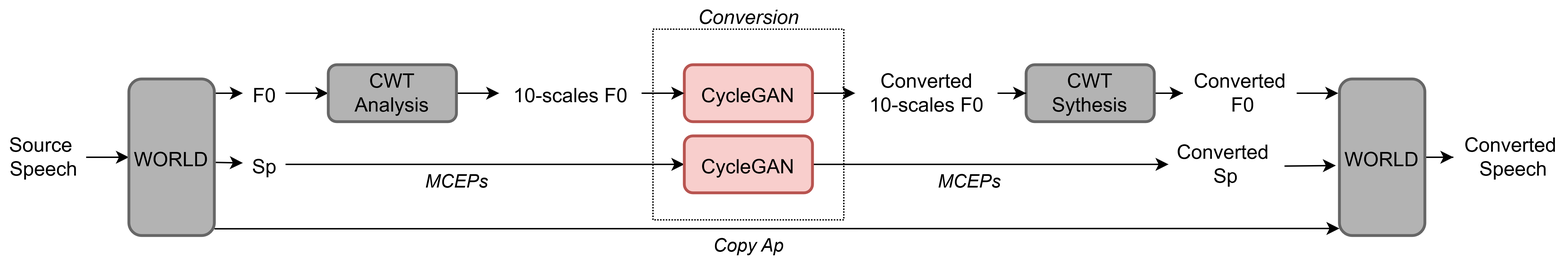
KunZhou9646/Odyssey2020 keeps this draw.io diagram as audio/Conversion.png. Above is the earlier version. Source tidied: cells renumbered, new cells last; positions are measured from the earlier drawing's top-left corner, leaving out a move shared by most shapes. The source it was exported from:
```xml
<mxGraphModel>
  <root>
    <mxCell id="0" />
    <mxCell id="1" parent="0" />
    <mxCell id="2" value="&lt;font style=&quot;font-size: 14px&quot;&gt;&lt;i&gt;Conversion &lt;/i&gt;&lt;/font&gt;" style="text;html=1;align=center;verticalAlign=middle;" parent="1" vertex="1">
      <mxGeometry x="480" width="90" height="20" as="geometry" />
    </mxCell>
    <mxCell id="3" style="edgeStyle=orthogonalEdgeStyle;rounded=0;jettySize=auto;html=1;" parent="1" edge="1" source="4" target="5">
      <mxGeometry relative="1" as="geometry" />
    </mxCell>
    <mxCell id="4" value="&lt;font style=&quot;font-size: 14px&quot;&gt;Source&amp;nbsp;&lt;br&gt;Speech&lt;/font&gt;" style="text;html=1;align=center;verticalAlign=middle;points=[];" parent="1" vertex="1">
      <mxGeometry y="95" width="60" height="30" as="geometry" />
    </mxCell>
    <mxCell id="5" value="&lt;font style=&quot;font-size: 14px&quot;&gt;WORLD&lt;/font&gt;" style="rounded=1;whiteSpace=wrap;html=1;strokeWidth=2;fillColor=#B3B3B3;strokeColor=#666666;gradientColor=#b3b3b3;" parent="1" vertex="1">
      <mxGeometry x="90" y="55" width="60" height="110" as="geometry" />
    </mxCell>
    <mxCell id="6" style="edgeStyle=orthogonalEdgeStyle;rounded=0;jettySize=auto;html=1;" parent="1" edge="1" source="7">
      <mxGeometry relative="1" as="geometry">
        <mxPoint x="230" y="65" as="targetPoint" />
      </mxGeometry>
    </mxCell>
    <mxCell id="7" value="&lt;font style=&quot;font-size: 14px&quot;&gt;F0&lt;/font&gt;" style="text;html=1;align=center;verticalAlign=middle;points=[];" parent="1" vertex="1">
      <mxGeometry x="170" y="55" width="30" height="20" as="geometry" />
    </mxCell>
    <mxCell id="8" style="edgeStyle=orthogonalEdgeStyle;rounded=0;jettySize=auto;html=1;entryX=0;entryY=0.5;entryDx=0;entryDy=0;" parent="1" edge="1" source="9" target="14">
      <mxGeometry relative="1" as="geometry" />
    </mxCell>
    <mxCell id="9" value="&lt;font style=&quot;font-size: 14px&quot;&gt;Sp&lt;/font&gt;" style="text;html=1;align=center;verticalAlign=middle;points=[];" parent="1" vertex="1">
      <mxGeometry x="170" y="105" width="30" height="20" as="geometry" />
    </mxCell>
    <mxCell id="10" style="endArrow=classic;html=1;exitX=1.017;exitY=0.091;exitDx=0;exitDy=0;exitPerimeter=0;entryX=0;entryY=0.5;entryDx=0;entryDy=0;entryPerimeter=0;" parent="1" edge="1" source="5" target="7">
      <mxGeometry relative="1" as="geometry" />
    </mxCell>
    <mxCell id="11" style="edgeStyle=orthogonalEdgeStyle;rounded=0;jettySize=auto;html=1;" parent="1" edge="1" source="12" target="33">
      <mxGeometry relative="1" as="geometry" />
    </mxCell>
    <mxCell id="12" value="&lt;font style=&quot;font-size: 14px&quot;&gt;CycleGAN&lt;/font&gt;" style="rounded=1;whiteSpace=wrap;html=1;fillColor=#f8cecc;strokeColor=#b85450;strokeWidth=2;" parent="1" vertex="1">
      <mxGeometry x="480" y="45" width="90" height="40" as="geometry" />
    </mxCell>
    <mxCell id="13" style="edgeStyle=orthogonalEdgeStyle;rounded=0;jettySize=auto;html=1;" parent="1" edge="1" source="14" target="23">
      <mxGeometry relative="1" as="geometry" />
    </mxCell>
    <mxCell id="14" value="&lt;font style=&quot;font-size: 14px&quot;&gt;CycleGAN&lt;/font&gt;" style="rounded=1;whiteSpace=wrap;html=1;fillColor=#f8cecc;strokeColor=#b85450;strokeWidth=2;" parent="1" vertex="1">
      <mxGeometry x="480" y="95" width="90" height="40" as="geometry" />
    </mxCell>
    <mxCell id="15" style="edgeStyle=orthogonalEdgeStyle;rounded=0;jettySize=auto;html=1;" parent="1" edge="1" source="16" target="35">
      <mxGeometry relative="1" as="geometry" />
    </mxCell>
    <mxCell id="16" value="&lt;font style=&quot;font-size: 14px&quot;&gt;CWT Sythesis&lt;/font&gt;" style="rounded=1;whiteSpace=wrap;html=1;strokeWidth=2;fillColor=#B3B3B3;strokeColor=#666666;" parent="1" vertex="1">
      <mxGeometry x="720" y="45" width="90" height="40" as="geometry" />
    </mxCell>
    <mxCell id="17" style="edgeStyle=orthogonalEdgeStyle;rounded=0;jettySize=auto;html=1;" parent="1" edge="1" source="18" target="31">
      <mxGeometry relative="1" as="geometry" />
    </mxCell>
    <mxCell id="18" value="&lt;font style=&quot;font-size: 14px&quot;&gt;CWT Analysis&lt;/font&gt;" style="rounded=1;whiteSpace=wrap;html=1;strokeWidth=2;strokeColor=#666666;fillColor=#B3B3B3;" parent="1" vertex="1">
      <mxGeometry x="230" y="45" width="90" height="40" as="geometry" />
    </mxCell>
    <mxCell id="19" style="edgeStyle=orthogonalEdgeStyle;rounded=0;jettySize=auto;html=1;" parent="1" edge="1" source="20" target="21">
      <mxGeometry relative="1" as="geometry" />
    </mxCell>
    <mxCell id="20" value="&lt;font style=&quot;font-size: 14px&quot;&gt;WORLD&lt;/font&gt;" style="rounded=1;whiteSpace=wrap;html=1;strokeWidth=2;fillColor=#B3B3B3;strokeColor=#666666;" parent="1" vertex="1">
      <mxGeometry x="940" y="55" width="60" height="110" as="geometry" />
    </mxCell>
    <mxCell id="21" value="&lt;font style=&quot;font-size: 14px&quot;&gt;Converted&lt;br&gt;&amp;nbsp;Speech&lt;/font&gt;" style="text;html=1;align=center;verticalAlign=middle;points=[];" parent="1" vertex="1">
      <mxGeometry x="1020" y="95" width="80" height="30" as="geometry" />
    </mxCell>
    <mxCell id="22" style="whiteSpace=wrap;html=1;strokeWidth=1;fillColor=none;dashed=1;dashPattern=1 1;strokeColor=#000000;" parent="1" vertex="1">
      <mxGeometry x="458" y="20" width="134" height="134" as="geometry" />
    </mxCell>
    <mxCell id="23" value="&lt;font style=&quot;font-size: 14px&quot;&gt;Converted&amp;nbsp;&lt;br&gt;Sp&lt;/font&gt;" style="text;html=1;align=center;verticalAlign=middle;points=[];" parent="1" vertex="1">
      <mxGeometry x="820" y="100" width="80" height="30" as="geometry" />
    </mxCell>
    <mxCell id="24" value="&lt;font style=&quot;font-size: 13px&quot;&gt;&lt;i&gt;MCEPs&lt;/i&gt;&lt;/font&gt;" style="text;html=1;align=center;verticalAlign=middle;" parent="1" vertex="1">
      <mxGeometry x="290" y="115" width="60" height="20" as="geometry" />
    </mxCell>
    <mxCell id="25" value="&lt;font style=&quot;font-size: 13px&quot;&gt;&lt;i&gt;MCEPs&lt;/i&gt;&lt;/font&gt;" style="text;html=1;align=center;verticalAlign=middle;" parent="1" vertex="1">
      <mxGeometry x="650" y="115" width="60" height="20" as="geometry" />
    </mxCell>
    <mxCell id="26" style="endArrow=classic;html=1;exitX=1.018;exitY=0.54;exitDx=0;exitDy=0;exitPerimeter=0;entryX=-0.042;entryY=0.553;entryDx=0;entryDy=0;entryPerimeter=0;" parent="1" edge="1" source="23" target="20">
      <mxGeometry relative="1" as="geometry" />
    </mxCell>
    <mxCell id="27" style="endArrow=classic;html=1;exitX=1.017;exitY=0.533;exitDx=0;exitDy=0;exitPerimeter=0;entryX=0;entryY=0.45;entryDx=0;entryDy=0;entryPerimeter=0;" parent="1" edge="1" source="5" target="9">
      <mxGeometry relative="1" as="geometry" />
    </mxCell>
    <mxCell id="28" style="endArrow=classic;html=1;exitX=1.002;exitY=0.957;exitDx=0;exitDy=0;exitPerimeter=0;entryX=0;entryY=0.955;entryDx=0;entryDy=0;entryPerimeter=0;" parent="1" edge="1" source="5" target="20">
      <mxGeometry relative="1" as="geometry" />
    </mxCell>
    <mxCell id="29" value="&lt;font style=&quot;font-size: 13px&quot;&gt;&lt;i&gt;Copy Ap&lt;/i&gt;&lt;/font&gt;" style="text;html=1;align=center;verticalAlign=middle;" parent="1" vertex="1">
      <mxGeometry x="495" y="160" width="60" height="20" as="geometry" />
    </mxCell>
    <mxCell id="30" style="edgeStyle=orthogonalEdgeStyle;rounded=0;jettySize=auto;html=1;" parent="1" edge="1" source="31" target="12">
      <mxGeometry relative="1" as="geometry" />
    </mxCell>
    <mxCell id="31" value="&lt;font style=&quot;font-size: 14px&quot;&gt;10-scales F0&lt;/font&gt;" style="text;html=1;align=center;verticalAlign=middle;points=[];" parent="1" vertex="1">
      <mxGeometry x="350" y="55" width="100" height="20" as="geometry" />
    </mxCell>
    <mxCell id="32" style="edgeStyle=orthogonalEdgeStyle;rounded=0;jettySize=auto;html=1;" parent="1" edge="1" source="33" target="16">
      <mxGeometry relative="1" as="geometry" />
    </mxCell>
    <mxCell id="33" value="&lt;font style=&quot;font-size: 14px&quot;&gt;Converted&lt;br&gt;10-scales F0&lt;/font&gt;" style="text;html=1;align=center;verticalAlign=middle;points=[];" parent="1" vertex="1">
      <mxGeometry x="600" y="50" width="100" height="30" as="geometry" />
    </mxCell>
    <mxCell id="34" style="edgeStyle=orthogonalEdgeStyle;rounded=0;jettySize=auto;html=1;entryX=-0.014;entryY=0.091;entryDx=0;entryDy=0;entryPerimeter=0;" parent="1" edge="1" source="35" target="20">
      <mxGeometry relative="1" as="geometry" />
    </mxCell>
    <mxCell id="35" value="&lt;font style=&quot;font-size: 14px&quot;&gt;Converted&lt;br&gt;&amp;nbsp;F0&lt;/font&gt;" style="text;html=1;align=center;verticalAlign=middle;points=[];" parent="1" vertex="1">
      <mxGeometry x="830" y="50" width="80" height="30" as="geometry" />
    </mxCell>
  </root>
</mxGraphModel>
```
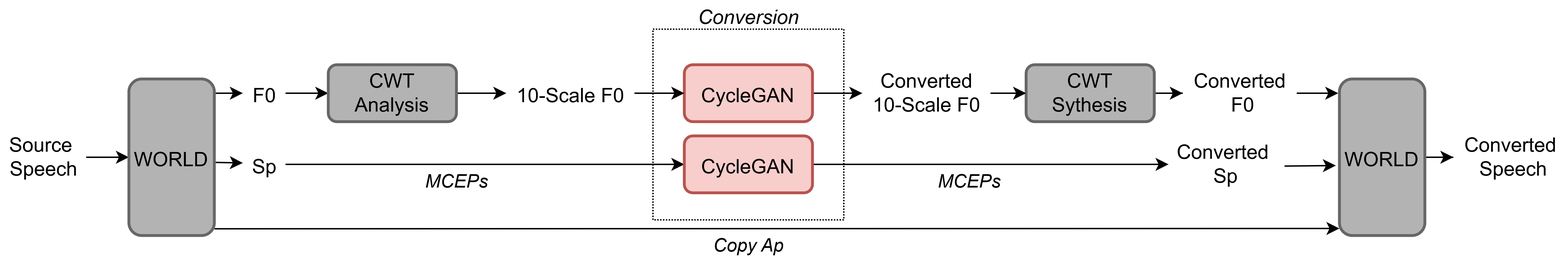
Above is the later version.

The edit, as a diff of the source:
```diff
@@ -91,14 +91,14 @@
     <mxCell id="30" style="edgeStyle=orthogonalEdgeStyle;rounded=0;jettySize=auto;html=1;" parent="1" edge="1" source="31" target="12">
       <mxGeometry relative="1" as="geometry" />
     </mxCell>
-    <mxCell id="31" value="&lt;font style=&quot;font-size: 14px&quot;&gt;10-scales F0&lt;/font&gt;" style="text;html=1;align=center;verticalAlign=middle;points=[];" parent="1" vertex="1">
-      <mxGeometry x="350" y="55" width="100" height="20" as="geometry" />
+    <mxCell id="31" value="&lt;font style=&quot;font-size: 14px&quot;&gt;10-Scale F0&lt;/font&gt;" style="text;html=1;align=center;verticalAlign=middle;points=[];" parent="1" vertex="1">
+      <mxGeometry x="355" y="55" width="90" height="20" as="geometry" />
     </mxCell>
     <mxCell id="32" style="edgeStyle=orthogonalEdgeStyle;rounded=0;jettySize=auto;html=1;" parent="1" edge="1" source="33" target="16">
       <mxGeometry relative="1" as="geometry" />
     </mxCell>
-    <mxCell id="33" value="&lt;font style=&quot;font-size: 14px&quot;&gt;Converted&lt;br&gt;10-scales F0&lt;/font&gt;" style="text;html=1;align=center;verticalAlign=middle;points=[];" parent="1" vertex="1">
-      <mxGeometry x="600" y="50" width="100" height="30" as="geometry" />
+    <mxCell id="33" value="&lt;font style=&quot;font-size: 14px&quot;&gt;Converted&lt;br&gt;10-Scale F0&lt;/font&gt;" style="text;html=1;align=center;verticalAlign=middle;points=[];" parent="1" vertex="1">
+      <mxGeometry x="605" y="50" width="90" height="30" as="geometry" />
     </mxCell>
     <mxCell id="34" style="edgeStyle=orthogonalEdgeStyle;rounded=0;jettySize=auto;html=1;entryX=-0.014;entryY=0.091;entryDx=0;entryDy=0;entryPerimeter=0;" parent="1" edge="1" source="35" target="20">
       <mxGeometry relative="1" as="geometry" />
```
